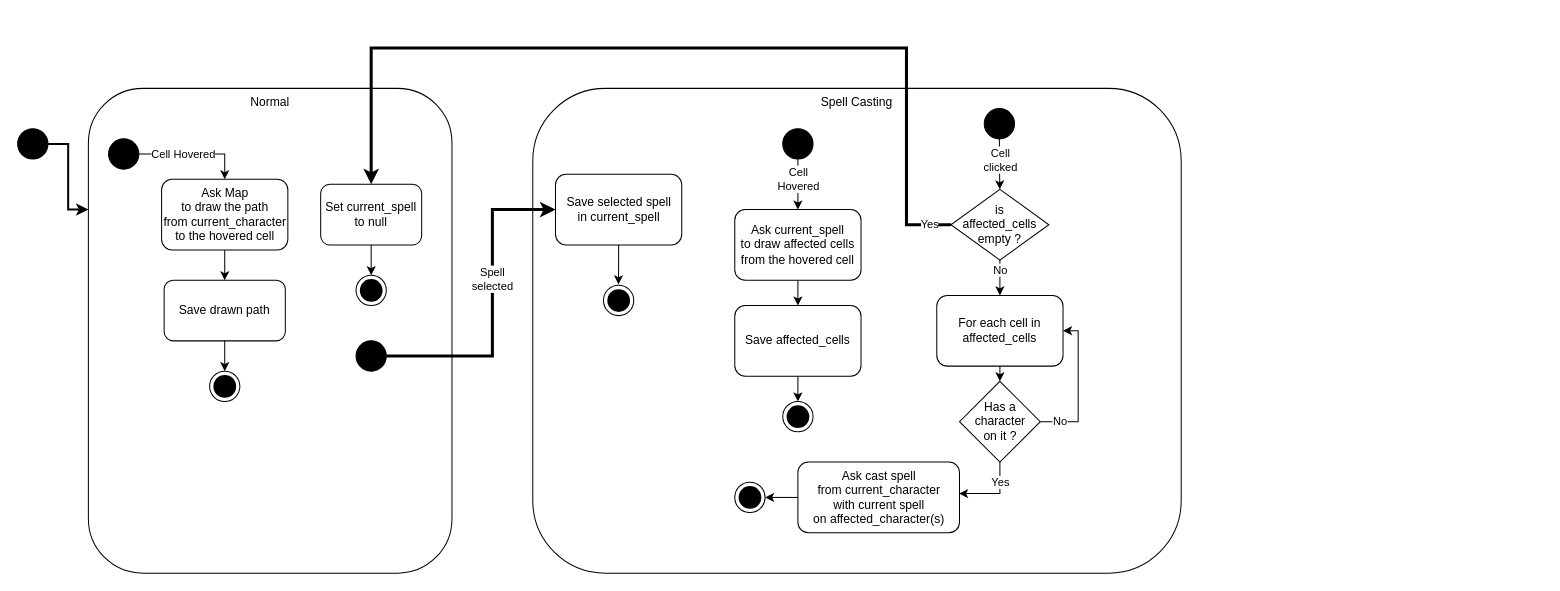
Before: Concepts/UI_Cell_Management.drawio in Tess-Qieu/Alakazam-Phoenix, a draw.io diagram. Source tidied: cells renumbered, new cells numbered last; positions are measured from the earlier drawing's top-left corner, leaving out a move shared by most shapes. Both pictures are drawn from the tidied source at 101%, with x=0, y=0 at pixel (17, 47).
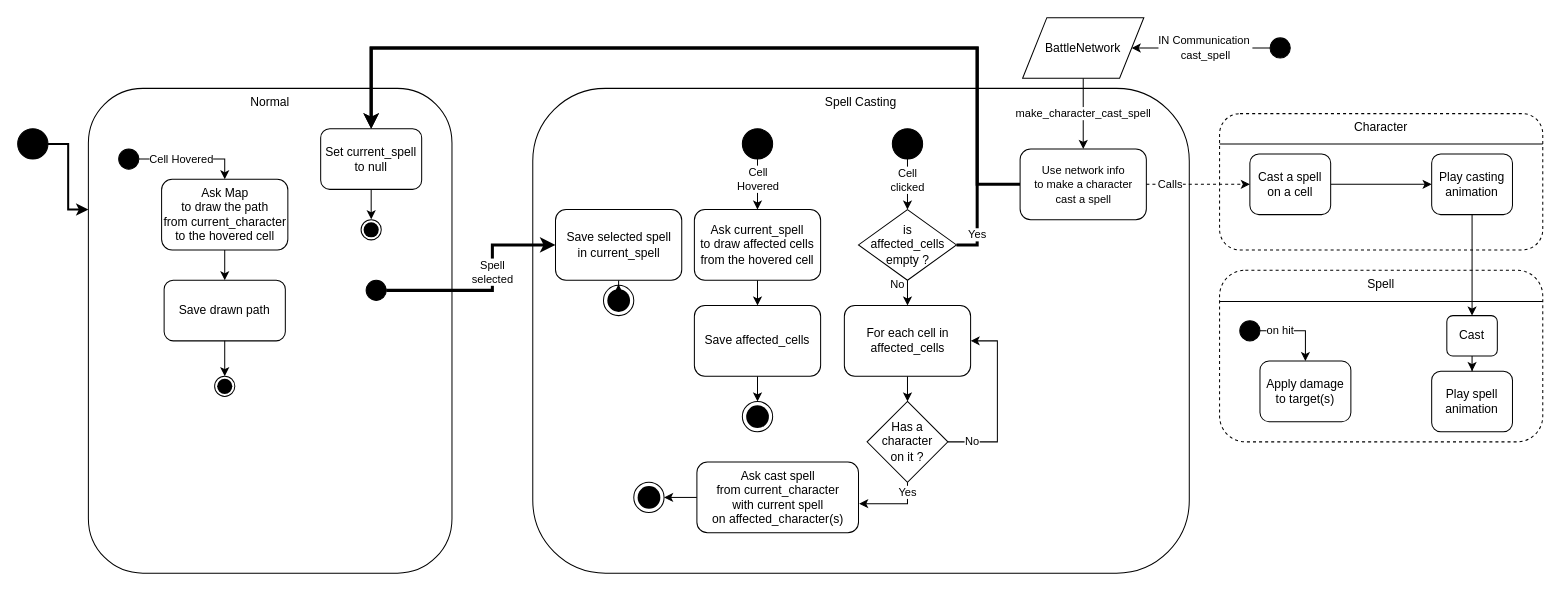
Above is the later version.

Commit message:
Spell casting addition

Diff of the diagram source:
```diff
@@
+    <mxCell id="57" style="group;" parent="1" vertex="1">
+      <mxGeometry x="1190" y="65" width="320" height="135" as="geometry" />
+    </mxCell>
+    <mxCell id="58" value="Character" style="rounded=1;whiteSpace=wrap;html=1;labelBackgroundColor=#ffffff;align=center;dashed=1;verticalAlign=top;" parent="57" vertex="1">
+      <mxGeometry width="320" height="135" as="geometry" />
+    </mxCell>
+    <mxCell id="59" style="line;strokeWidth=1;fillColor=none;align=left;verticalAlign=middle;spacingTop=-1;spacingLeft=3;spacingRight=3;labelPosition=right;labelBackgroundColor=#ffffff;" parent="57" vertex="1">
+      <mxGeometry y="26" width="320" height="8" as="geometry" />
+    </mxCell>
+    <mxCell id="60" style="group;" parent="1" vertex="1">
+      <mxGeometry x="1190" y="220" width="320" height="170" as="geometry" />
+    </mxCell>
+    <mxCell id="61" value="Spell" style="rounded=1;whiteSpace=wrap;html=1;labelBackgroundColor=#ffffff;align=center;dashed=1;verticalAlign=top;" parent="60" vertex="1">
+      <mxGeometry width="320" height="170" as="geometry" />
+    </mxCell>
+    <mxCell id="62" style="line;strokeWidth=1;fillColor=none;align=left;verticalAlign=middle;spacingTop=-1;spacingLeft=3;spacingRight=3;labelPosition=right;labelBackgroundColor=#ffffff;" parent="60" vertex="1">
+      <mxGeometry y="27" width="320" height="8" as="geometry" />
+    </mxCell>
@@
-    <mxCell id="3" value="Spell Casting" style="rounded=1;whiteSpace=wrap;html=1;fontSize=12;glass=0;strokeWidth=1;shadow=0;verticalAlign=top;" parent="1" vertex="1">
-      <mxGeometry x="510" y="40" width="642" height="480" as="geometry" />
+    <mxCell id="3" value="Spell Casting" style="rounded=1;whiteSpace=wrap;html=1;fontSize=12;glass=0;strokeWidth=1;shadow=0;verticalAlign=top;labelBackgroundColor=#ffffff;labelBorderColor=none;align=center;" parent="1" vertex="1">
+      <mxGeometry x="510" y="40" width="650" height="480" as="geometry" />
     </mxCell>
@@
     <mxCell id="7" style="ellipse;whiteSpace=wrap;html=1;gradientColor=none;fillColor=#000000;" parent="1" vertex="1">
-      <mxGeometry x="90" y="90" width="30" height="30" as="geometry" />
+      <mxGeometry x="100" y="100" width="20" height="20" as="geometry" />
     </mxCell>
@@
-    <mxCell id="10" style="group;" parent="1" vertex="1">
-      <mxGeometry x="190" y="320" width="30" height="30" as="geometry" />
-    </mxCell>
-    <mxCell id="11" style="ellipse;whiteSpace=wrap;html=1;strokeColor=#000000;strokeWidth=1;fillColor=#FFFFFF;gradientColor=none;" parent="10" vertex="1">
-      <mxGeometry width="30" height="30" as="geometry" />
-    </mxCell>
-    <mxCell id="12" style="ellipse;whiteSpace=wrap;html=1;strokeColor=none;strokeWidth=1;fillColor=#000000;gradientColor=none;" parent="10" vertex="1">
-      <mxGeometry x="3.8" y="3.8" width="22.5" height="22.5" as="geometry" />
-    </mxCell>
@@
     <mxCell id="14" style="ellipse;whiteSpace=wrap;html=1;gradientColor=none;fillColor=#000000;" parent="1" vertex="1">
-      <mxGeometry x="757.5" y="80" width="30" height="30" as="geometry" />
+      <mxGeometry x="717.5" y="80" width="30" height="30" as="geometry" />
     </mxCell>
@@
     <mxCell id="18" value="Ask current_spell&lt;br&gt;to draw affected cells&lt;br&gt;from the hovered cell" style="rounded=1;whiteSpace=wrap;html=1;fillColor=#FFFFFF;gradientColor=none;" parent="1" vertex="1">
-      <mxGeometry x="710" y="160" width="125" height="70" as="geometry" />
+      <mxGeometry x="670" y="160" width="125" height="70" as="geometry" />
     </mxCell>
@@
     <mxCell id="20" value="Save affected_cells" style="rounded=1;whiteSpace=wrap;html=1;fillColor=#FFFFFF;gradientColor=none;" parent="1" vertex="1">
-      <mxGeometry x="710" y="255" width="125" height="70" as="geometry" />
+      <mxGeometry x="670" y="255" width="125" height="70" as="geometry" />
     </mxCell>
@@
     <mxCell id="23" style="ellipse;whiteSpace=wrap;html=1;gradientColor=none;fillColor=#000000;" parent="1" vertex="1">
-      <mxGeometry x="957" y="60" width="30" height="30" as="geometry" />
+      <mxGeometry x="866" y="80" width="30" height="30" as="geometry" />
     </mxCell>
@@
     <mxCell id="25" value="For each cell in affected_cells" style="rounded=1;whiteSpace=wrap;html=1;fillColor=#FFFFFF;gradientColor=none;" parent="1" vertex="1">
-      <mxGeometry x="910" y="245" width="125" height="70" as="geometry" />
+      <mxGeometry x="818.5" y="255" width="125" height="70" as="geometry" />
     </mxCell>
-    <mxCell id="26" value="No" style="edgeStyle=orthogonalEdgeStyle;rounded=0;jettySize=auto;html=1;entryX=1;entryY=0.5;entryDx=0;entryDy=0;exitX=1;exitY=0.5;exitDx=0;exitDy=0;" parent="1" edge="1" source="28" target="25">
+    <mxCell id="26" value="No" style="edgeStyle=orthogonalEdgeStyle;rounded=0;jettySize=auto;html=1;exitX=1;exitY=0.5;exitDx=0;exitDy=0;entryX=1;entryY=0.5;entryDx=0;entryDy=0;" parent="1" edge="1" source="28" target="25">
       <mxGeometry x="-0.73" relative="1" as="geometry">
         <Array as="points">
-          <mxPoint x="1050" y="370" />
-          <mxPoint x="1050" y="280" />
+          <mxPoint x="970" y="390" />
+          <mxPoint x="970" y="290" />
         </Array>
       </mxGeometry>
     </mxCell>
-    <mxCell id="27" value="Yes" style="edgeStyle=orthogonalEdgeStyle;rounded=0;jettySize=auto;html=1;entryX=0.997;entryY=0.446;entryDx=0;entryDy=0;entryPerimeter=0;exitX=0.5;exitY=1;exitDx=0;exitDy=0;" parent="1" edge="1" source="28" target="30">
-      <mxGeometry x="-0.44" relative="1" as="geometry" />
+    <mxCell id="27" value="Yes" style="edgeStyle=orthogonalEdgeStyle;rounded=0;jettySize=auto;html=1;exitX=0.5;exitY=1;exitDx=0;exitDy=0;entryX=1.004;entryY=0.588;entryDx=0;entryDy=0;entryPerimeter=0;" parent="1" edge="1" source="28" target="30">
+      <mxGeometry x="-0.71" relative="1" as="geometry" />
     </mxCell>
     <mxCell id="28" value="Has a&lt;br&gt;character&lt;br&gt;on it ?" style="rhombus;whiteSpace=wrap;html=1;" parent="1" vertex="1">
-      <mxGeometry x="932.5" y="330" width="80" height="80" as="geometry" />
+      <mxGeometry x="841" y="350" width="80" height="80" as="geometry" />
     </mxCell>
@@
     <mxCell id="30" value="Ask cast spell&lt;br&gt;from current_character&lt;br&gt;with current spell&lt;br&gt;on affected_character(s)" style="rounded=1;whiteSpace=wrap;html=1;fillColor=#FFFFFF;gradientColor=none;" parent="1" vertex="1">
-      <mxGeometry x="772.5" y="410" width="160" height="70" as="geometry" />
+      <mxGeometry x="672.5" y="410" width="160" height="70" as="geometry" />
     </mxCell>
     <mxCell id="31" style="group;" parent="1" vertex="1">
-      <mxGeometry x="757.5" y="350" width="30" height="30" as="geometry" />
+      <mxGeometry x="717.5" y="350" width="30" height="30" as="geometry" />
     </mxCell>
@@
-    <mxCell id="37" value="Yes" style="edgeStyle=orthogonalEdgeStyle;rounded=0;jettySize=auto;html=1;entryX=0.5;entryY=0;entryDx=0;entryDy=0;strokeWidth=3;exitX=0;exitY=0.5;exitDx=0;exitDy=0;" parent="1" edge="1" source="38" target="44">
-      <mxGeometry x="-0.95" relative="1" as="geometry">
+    <mxCell id="37" value="Yes" style="edgeStyle=orthogonalEdgeStyle;rounded=0;jettySize=auto;html=1;entryX=0.5;entryY=0;entryDx=0;entryDy=0;strokeWidth=3;exitX=1;exitY=0.5;exitDx=0;exitDy=0;" parent="1" edge="1" source="38" target="44">
+      <mxGeometry x="-0.93" relative="1" as="geometry">
         <Array as="points">
-          <mxPoint x="880" y="175" />
-          <mxPoint x="880" />
+          <mxPoint x="950" y="195" />
+          <mxPoint x="950" />
           <mxPoint x="350" />
         </Array>
-        <mxPoint x="1" as="offset" />
       </mxGeometry>
     </mxCell>
     <mxCell id="38" value="is&lt;br&gt;affected_cells&lt;br&gt;empty ?&lt;br&gt;" style="rhombus;whiteSpace=wrap;html=1;verticalAlign=middle;" parent="1" vertex="1">
-      <mxGeometry x="924" y="140" width="97" height="70" as="geometry" />
+      <mxGeometry x="832.5" y="160" width="97" height="70" as="geometry" />
     </mxCell>
     <mxCell id="39" style="ellipse;whiteSpace=wrap;html=1;gradientColor=none;fillColor=#000000;" parent="1" vertex="1">
-      <mxGeometry x="335" y="290" width="30" height="30" as="geometry" />
+      <mxGeometry x="345" y="230" width="20" height="20" as="geometry" />
     </mxCell>
     <mxCell id="40" value="Spell&lt;br&gt;selected" style="edgeStyle=orthogonalEdgeStyle;rounded=0;jettySize=auto;html=1;exitX=1;exitY=0.5;exitDx=0;exitDy=0;labelBackgroundColor=#ffffff;strokeWidth=3;entryX=0;entryY=0.5;entryDx=0;entryDy=0;" parent="1" edge="1" source="39" target="42">
       <mxGeometry x="0.16" relative="1" as="geometry">
         <Array as="points">
-          <mxPoint x="470" y="305" />
-          <mxPoint x="470" y="160" />
+          <mxPoint x="470" y="240" />
+          <mxPoint x="470" y="195" />
         </Array>
       </mxGeometry>
     </mxCell>
@@
     <mxCell id="42" value="Save selected spell&lt;br&gt;in current_spell" style="rounded=1;whiteSpace=wrap;html=1;fillColor=#FFFFFF;gradientColor=none;" parent="1" vertex="1">
-      <mxGeometry x="532.5" y="125" width="125" height="70" as="geometry" />
+      <mxGeometry x="532.5" y="160" width="125" height="70" as="geometry" />
     </mxCell>
-    <mxCell id="43" style="edgeStyle=orthogonalEdgeStyle;rounded=0;jettySize=auto;html=1;entryX=0.5;entryY=0;entryDx=0;entryDy=0;strokeWidth=1;" parent="1" edge="1" source="44" target="46">
+    <mxCell id="43" style="edgeStyle=orthogonalEdgeStyle;rounded=0;jettySize=auto;html=1;entryX=0.505;entryY=-0.192;entryDx=0;entryDy=0;strokeWidth=1;entryPerimeter=0;" parent="1" edge="1" source="44" target="83">
       <mxGeometry relative="1" as="geometry" />
     </mxCell>
     <mxCell id="44" value="Set current_spell&lt;br&gt;to null" style="rounded=1;whiteSpace=wrap;html=1;fillColor=#FFFFFF;gradientColor=none;" parent="1" vertex="1">
-      <mxGeometry x="300" y="135" width="100" height="60" as="geometry" />
+      <mxGeometry x="300" y="80" width="100" height="60" as="geometry" />
     </mxCell>
-    <mxCell id="45" style="group;" parent="1" vertex="1">
-      <mxGeometry x="335" y="225" width="30" height="30" as="geometry" />
-    </mxCell>
-    <mxCell id="46" style="ellipse;whiteSpace=wrap;html=1;strokeColor=#000000;strokeWidth=1;fillColor=#FFFFFF;gradientColor=none;" parent="45" vertex="1">
-      <mxGeometry width="30" height="30" as="geometry" />
-    </mxCell>
-    <mxCell id="47" style="ellipse;whiteSpace=wrap;html=1;strokeColor=none;strokeWidth=1;fillColor=#000000;gradientColor=none;" parent="45" vertex="1">
-      <mxGeometry x="3.8" y="3.8" width="22.5" height="22.5" as="geometry" />
-    </mxCell>
@@
     <mxCell id="51" style="group;" parent="1" vertex="1">
-      <mxGeometry x="710" y="430" width="30" height="30" as="geometry" />
+      <mxGeometry x="610" y="430" width="30" height="30" as="geometry" />
     </mxCell>
@@
+    <mxCell id="63" value="IN Communication&amp;nbsp;&lt;br&gt;cast_spell" style="edgeStyle=orthogonalEdgeStyle;rounded=0;jettySize=auto;html=1;entryX=1;entryY=0.5;entryDx=0;entryDy=0;" parent="1" edge="1" source="64" target="68">
+      <mxGeometry x="-0.06" relative="1" as="geometry" />
+    </mxCell>
+    <mxCell id="64" style="ellipse;whiteSpace=wrap;html=1;gradientColor=none;fillColor=#000000;" parent="1" vertex="1">
+      <mxGeometry x="1240" y="-10" width="20" height="20" as="geometry" />
+    </mxCell>
+    <mxCell id="65" style="edgeStyle=orthogonalEdgeStyle;rounded=0;jettySize=auto;html=1;entryX=0.5;entryY=0;entryDx=0;entryDy=0;strokeWidth=3;" parent="1" edge="1" source="66" target="44">
+      <mxGeometry relative="1" as="geometry">
+        <Array as="points">
+          <mxPoint x="950" y="135" />
+          <mxPoint x="950" />
+          <mxPoint x="350" />
+        </Array>
+      </mxGeometry>
+    </mxCell>
+    <mxCell id="66" value="&lt;span style=&quot;font-size: 11px ; background-color: rgb(255 , 255 , 255)&quot;&gt;Use network info &lt;br&gt;to make a character &lt;br&gt;cast a spell&lt;/span&gt;" style="rounded=1;whiteSpace=wrap;html=1;fillColor=#FFFFFF;gradientColor=none;" parent="1" vertex="1">
+      <mxGeometry x="992.5" y="100" width="125" height="70" as="geometry" />
+    </mxCell>
+    <mxCell id="67" value="make_character_cast_spell" style="edgeStyle=orthogonalEdgeStyle;rounded=0;jettySize=auto;html=1;entryX=0.5;entryY=0;entryDx=0;entryDy=0;" parent="1" edge="1" source="68" target="66">
+      <mxGeometry relative="1" as="geometry" />
+    </mxCell>
+    <mxCell id="68" value="BattleNetwork" style="shape=parallelogram;perimeter=parallelogramPerimeter;whiteSpace=wrap;html=1;labelBackgroundColor=#ffffff;align=center;" parent="1" vertex="1">
+      <mxGeometry x="995" y="-30" width="120" height="60" as="geometry" />
+    </mxCell>
+    <mxCell id="69" style="edgeStyle=orthogonalEdgeStyle;rounded=0;jettySize=auto;html=1;strokeWidth=1;" parent="1" edge="1" source="70" target="71">
+      <mxGeometry relative="1" as="geometry" />
+    </mxCell>
+    <mxCell id="70" value="Cast a spell&lt;br&gt;on a cell" style="rounded=1;whiteSpace=wrap;html=1;labelBackgroundColor=#ffffff;align=center;" parent="1" vertex="1">
+      <mxGeometry x="1220" y="105" width="80" height="60" as="geometry" />
+    </mxCell>
+    <mxCell id="71" value="Play casting&lt;br&gt;animation" style="rounded=1;whiteSpace=wrap;html=1;labelBackgroundColor=#ffffff;align=center;" parent="1" vertex="1">
+      <mxGeometry x="1400" y="105" width="80" height="60" as="geometry" />
+    </mxCell>
+    <mxCell id="72" value="Calls" style="edgeStyle=orthogonalEdgeStyle;rounded=0;jettySize=auto;html=1;strokeWidth=1;dashed=1;" parent="1" edge="1" source="66" target="70">
+      <mxGeometry x="-0.56" relative="1" as="geometry" />
+    </mxCell>
+    <mxCell id="73" style="edgeStyle=orthogonalEdgeStyle;rounded=0;jettySize=auto;html=1;strokeWidth=1;" parent="1" edge="1" source="74" target="75">
+      <mxGeometry relative="1" as="geometry" />
+    </mxCell>
+    <mxCell id="74" value="Cast" style="rounded=1;whiteSpace=wrap;html=1;labelBackgroundColor=#ffffff;align=center;" parent="1" vertex="1">
+      <mxGeometry x="1415" y="265" width="50" height="40" as="geometry" />
+    </mxCell>
+    <mxCell id="75" value="Play spell&lt;br&gt;animation" style="rounded=1;whiteSpace=wrap;html=1;labelBackgroundColor=#ffffff;align=center;" parent="1" vertex="1">
+      <mxGeometry x="1400" y="320" width="80" height="60" as="geometry" />
+    </mxCell>
+    <mxCell id="76" style="edgeStyle=orthogonalEdgeStyle;rounded=0;jettySize=auto;html=1;exitX=0.5;exitY=1;exitDx=0;exitDy=0;strokeWidth=1;" parent="1" edge="1" source="71" target="74">
+      <mxGeometry relative="1" as="geometry" />
+    </mxCell>
+    <mxCell id="77" value="Apply damage&lt;br&gt;to target(s)" style="rounded=1;whiteSpace=wrap;html=1;labelBackgroundColor=#ffffff;align=center;" parent="1" vertex="1">
+      <mxGeometry x="1230" y="310" width="90" height="60" as="geometry" />
+    </mxCell>
+    <mxCell id="78" style="ellipse;whiteSpace=wrap;html=1;gradientColor=none;fillColor=#000000;" parent="1" vertex="1">
+      <mxGeometry x="1210" y="270" width="20" height="20" as="geometry" />
+    </mxCell>
+    <mxCell id="79" value="on hit" style="edgeStyle=orthogonalEdgeStyle;rounded=0;jettySize=auto;html=1;entryX=0.5;entryY=0;entryDx=0;entryDy=0;exitX=1;exitY=0.5;exitDx=0;exitDy=0;" parent="1" edge="1" source="78" target="77">
+      <mxGeometry x="-0.47" relative="1" as="geometry">
+        <Array as="points">
+          <mxPoint x="1275" y="280" />
+        </Array>
+      </mxGeometry>
+    </mxCell>
+    <mxCell id="80" style="group;" parent="1" vertex="1">
+      <mxGeometry x="195" y="325" width="20" height="20" as="geometry" />
+    </mxCell>
+    <mxCell id="11" style="ellipse;whiteSpace=wrap;html=1;strokeColor=#000000;strokeWidth=1;fillColor=#FFFFFF;gradientColor=none;" parent="80" vertex="1">
+      <mxGeometry width="20" height="20" as="geometry" />
+    </mxCell>
+    <mxCell id="12" style="ellipse;whiteSpace=wrap;html=1;strokeColor=none;strokeWidth=1;fillColor=#000000;gradientColor=none;" parent="80" vertex="1">
+      <mxGeometry x="2.5" y="2.5" width="15" height="15" as="geometry" />
+    </mxCell>
+    <mxCell id="81" style="group;" parent="1" vertex="1">
+      <mxGeometry x="340" y="170" width="20" height="20" as="geometry" />
+    </mxCell>
+    <mxCell id="82" style="ellipse;whiteSpace=wrap;html=1;strokeColor=#000000;strokeWidth=1;fillColor=#FFFFFF;gradientColor=none;" parent="81" vertex="1">
+      <mxGeometry width="20" height="20" as="geometry" />
+    </mxCell>
+    <mxCell id="83" style="ellipse;whiteSpace=wrap;html=1;strokeColor=none;strokeWidth=1;fillColor=#000000;gradientColor=none;" parent="81" vertex="1">
+      <mxGeometry x="2.5" y="2.5" width="15" height="15" as="geometry" />
+    </mxCell>
```
